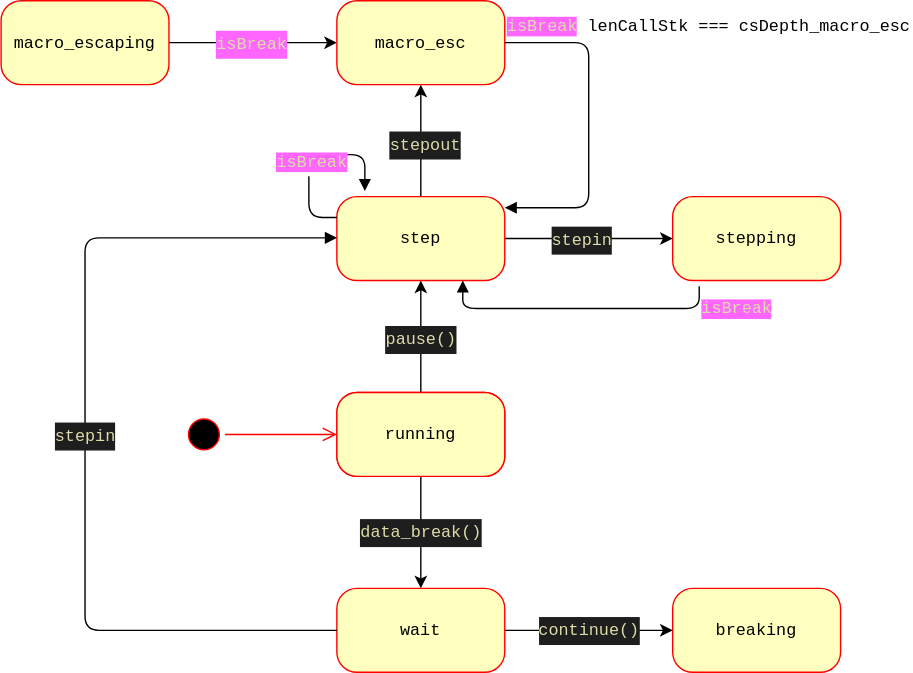
Before: res/img/breakState.svg, a diagram exported from draw.io (famibee/SKYNovel-vscode-extension). Source tidied: cells renumbered, new cells last; positions are measured from the earlier drawing's top-left corner, leaving out a move shared by most shapes.
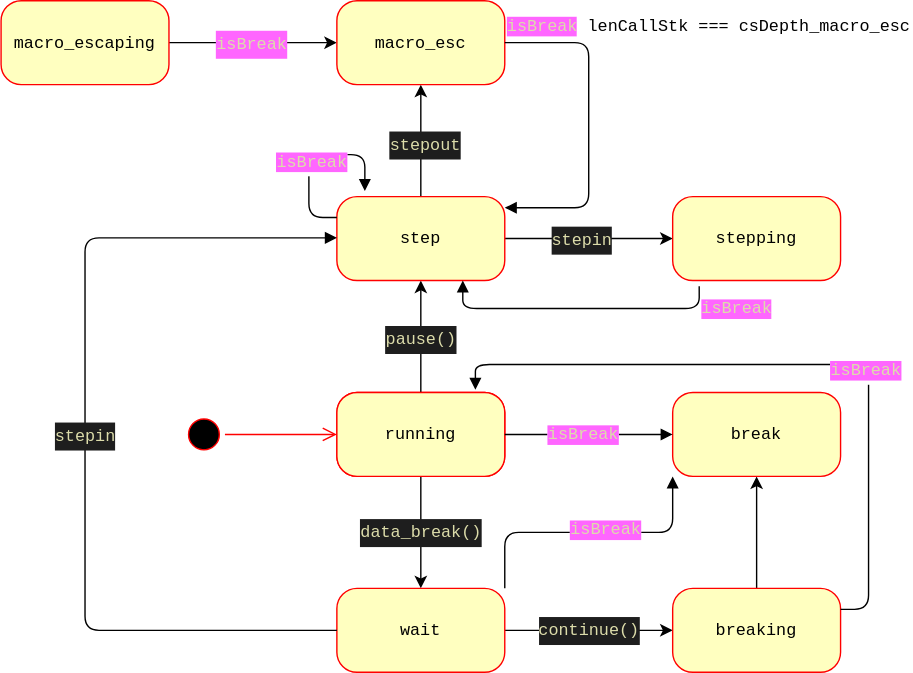
Later version of the same file.

Commit message:
breakState.svg を更新します

The edit, as a diff of the source:
```diff
@@ -32,6 +32,9 @@
     <mxCell id="11" value="&lt;div style=&quot;font-family: menlo, monaco, &amp;quot;courier new&amp;quot;, monospace; line-height: 20px;&quot;&gt;&lt;div style=&quot;font-family: &amp;quot;menlo&amp;quot; , &amp;quot;monaco&amp;quot; , &amp;quot;courier new&amp;quot; , monospace ; line-height: 20px&quot;&gt;&lt;span style=&quot;&quot;&gt;wait&lt;/span&gt;&lt;/div&gt;&lt;/div&gt;" style="rounded=1;whiteSpace=wrap;html=1;arcSize=24;fillColor=#ffffc0;strokeColor=#ff0000;shadow=0;comic=0;labelBackgroundColor=none;fontFamily=Verdana;fontSize=12;align=center;" parent="1" vertex="1">
       <mxGeometry x="240" y="420" width="120" height="60" as="geometry" />
     </mxCell>
+    <mxCell id="31" style="edgeStyle=orthogonalEdgeStyle;rounded=0;jettySize=auto;html=1;fontColor=#000000;" parent="1" edge="1" source="12" target="34">
+      <mxGeometry relative="1" as="geometry" />
+    </mxCell>
     <mxCell id="12" value="&lt;div style=&quot;font-family: menlo, monaco, &amp;quot;courier new&amp;quot;, monospace; line-height: 20px;&quot;&gt;&lt;div style=&quot;font-family: &amp;quot;menlo&amp;quot; , &amp;quot;monaco&amp;quot; , &amp;quot;courier new&amp;quot; , monospace ; line-height: 20px&quot;&gt;&lt;div style=&quot;font-family: &amp;quot;menlo&amp;quot; , &amp;quot;monaco&amp;quot; , &amp;quot;courier new&amp;quot; , monospace ; line-height: 20px&quot;&gt;&lt;span style=&quot;&quot;&gt;breaking&lt;/span&gt;&lt;/div&gt;&lt;/div&gt;&lt;/div&gt;" style="rounded=1;whiteSpace=wrap;html=1;arcSize=24;fillColor=#ffffc0;strokeColor=#ff0000;shadow=0;comic=0;labelBackgroundColor=none;fontFamily=Verdana;fontSize=12;align=center;" parent="1" vertex="1">
       <mxGeometry x="480" y="420" width="120" height="60" as="geometry" />
     </mxCell>
@@ -114,5 +117,34 @@
     <mxCell id="30" value="&lt;div style=&quot;color: rgb(212 , 212 , 212) ; font-family: &amp;#34;menlo&amp;#34; , &amp;#34;monaco&amp;#34; , &amp;#34;courier new&amp;#34; , monospace ; font-size: 12px ; line-height: 20px&quot;&gt;&lt;span style=&quot;color: rgb(220 , 220 , 170) ; background-color: rgb(255 , 102 , 255)&quot;&gt;isBreak&lt;/span&gt;&lt;/div&gt;" style="edgeLabel;html=1;align=center;verticalAlign=middle;fontColor=#000000;" parent="29" vertex="1">
       <mxGeometry x="-0.07" y="-1" relative="1" as="geometry" />
     </mxCell>
+    <mxCell id="32" style="endArrow=block;endFill=1;html=1;edgeStyle=orthogonalEdgeStyle;align=left;verticalAlign=top;fontColor=#000000;rounded=1;exitX=1;exitY=0.25;exitDx=0;exitDy=0;entryX=0.825;entryY=-0.033;entryDx=0;entryDy=0;entryPerimeter=0;" parent="1" edge="1" source="12" target="8">
+      <mxGeometry x="-1" relative="1" as="geometry">
+        <Array as="points">
+          <mxPoint x="620" y="435" />
+          <mxPoint x="620" y="260" />
+          <mxPoint x="339" y="260" />
+        </Array>
+      </mxGeometry>
+    </mxCell>
+    <mxCell id="33" value="&lt;div style=&quot;color: rgb(212 , 212 , 212) ; font-family: &amp;#34;menlo&amp;#34; , &amp;#34;monaco&amp;#34; , &amp;#34;courier new&amp;#34; , monospace ; font-size: 12px ; line-height: 20px&quot;&gt;&lt;span style=&quot;color: rgb(220 , 220 , 170) ; background-color: rgb(255 , 102 , 255)&quot;&gt;isBreak&lt;/span&gt;&lt;/div&gt;" style="edgeLabel;html=1;align=center;verticalAlign=middle;fontColor=#000000;" parent="32" vertex="1">
+      <mxGeometry x="-0.22" y="3" relative="1" as="geometry" />
+    </mxCell>
+    <mxCell id="34" value="&lt;div style=&quot;font-family: &amp;quot;menlo&amp;quot; , &amp;quot;monaco&amp;quot; , &amp;quot;courier new&amp;quot; , monospace ; line-height: 20px&quot;&gt;&lt;div style=&quot;font-family: &amp;quot;menlo&amp;quot; , &amp;quot;monaco&amp;quot; , &amp;quot;courier new&amp;quot; , monospace ; line-height: 20px&quot;&gt;&lt;div style=&quot;font-family: &amp;quot;menlo&amp;quot; , &amp;quot;monaco&amp;quot; , &amp;quot;courier new&amp;quot; , monospace ; line-height: 20px&quot;&gt;&lt;div style=&quot;font-family: menlo, monaco, &amp;quot;courier new&amp;quot;, monospace; line-height: 20px;&quot;&gt;&lt;span style=&quot;&quot;&gt;break&lt;/span&gt;&lt;/div&gt;&lt;/div&gt;&lt;/div&gt;&lt;/div&gt;" style="rounded=1;whiteSpace=wrap;html=1;arcSize=24;fillColor=#ffffc0;strokeColor=#ff0000;shadow=0;comic=0;labelBackgroundColor=none;fontFamily=Verdana;fontSize=12;align=center;" parent="1" vertex="1">
+      <mxGeometry x="480" y="280" width="120" height="60" as="geometry" />
+    </mxCell>
+    <mxCell id="35" style="endArrow=block;endFill=1;html=1;edgeStyle=orthogonalEdgeStyle;align=left;verticalAlign=top;fontColor=#000000;entryX=0;entryY=0.5;entryDx=0;entryDy=0;" parent="1" edge="1" target="34">
+      <mxGeometry x="-1" relative="1" as="geometry">
+        <mxPoint x="360" y="310" as="sourcePoint" />
+      </mxGeometry>
+    </mxCell>
+    <mxCell id="36" value="&lt;div style=&quot;color: rgb(212 , 212 , 212) ; font-family: &amp;#34;menlo&amp;#34; , &amp;#34;monaco&amp;#34; , &amp;#34;courier new&amp;#34; , monospace ; font-size: 12px ; line-height: 20px&quot;&gt;&lt;span style=&quot;color: rgb(220 , 220 , 170) ; background-color: rgb(255 , 102 , 255)&quot;&gt;isBreak&lt;/span&gt;&lt;/div&gt;" style="edgeLabel;html=1;align=center;verticalAlign=middle;fontColor=#000000;" parent="35" vertex="1">
+      <mxGeometry x="-0.08" y="1" relative="1" as="geometry" />
+    </mxCell>
+    <mxCell id="37" style="endArrow=block;endFill=1;html=1;edgeStyle=orthogonalEdgeStyle;align=left;verticalAlign=top;labelBackgroundColor=none;fontColor=#000000;entryX=0;entryY=1;entryDx=0;entryDy=0;exitX=1;exitY=0;exitDx=0;exitDy=0;" parent="1" edge="1" source="11" target="34">
+      <mxGeometry x="-1" relative="1" as="geometry" />
+    </mxCell>
+    <mxCell id="38" value="&lt;div style=&quot;color: rgb(212 , 212 , 212) ; font-family: &amp;#34;menlo&amp;#34; , &amp;#34;monaco&amp;#34; , &amp;#34;courier new&amp;#34; , monospace ; font-size: 12px ; line-height: 20px&quot;&gt;&lt;span style=&quot;color: rgb(220 , 220 , 170) ; background-color: rgb(255 , 102 , 255)&quot;&gt;isBreak&lt;/span&gt;&lt;/div&gt;" style="edgeLabel;html=1;align=center;verticalAlign=middle;fontColor=#000000;" parent="37" vertex="1">
+      <mxGeometry x="0.11" y="3" relative="1" as="geometry" />
+    </mxCell>
   </root>
 </mxGraphModel>
```
